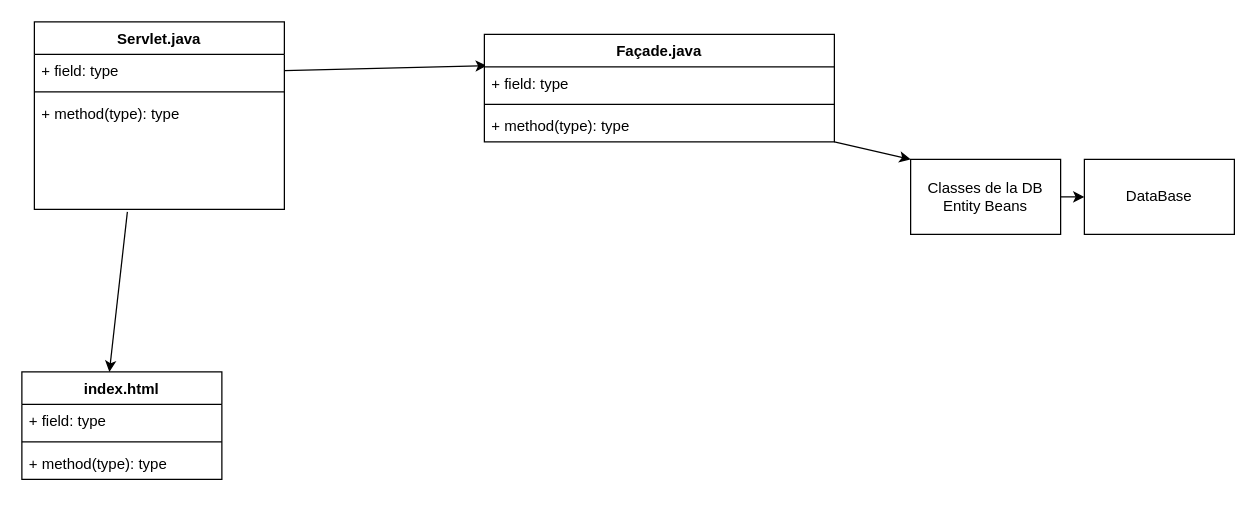
Earlier version of the draw.io diagram Untitled Diagram.drawio (hugoSN7/ProjetWeb). Source tidied: cells renumbered, new cells numbered last; positions are measured from the earlier drawing's top-left corner, leaving out a move shared by most shapes. Both pictures are drawn from the tidied source at 125%, with x=0, y=0 at pixel (21, 21).
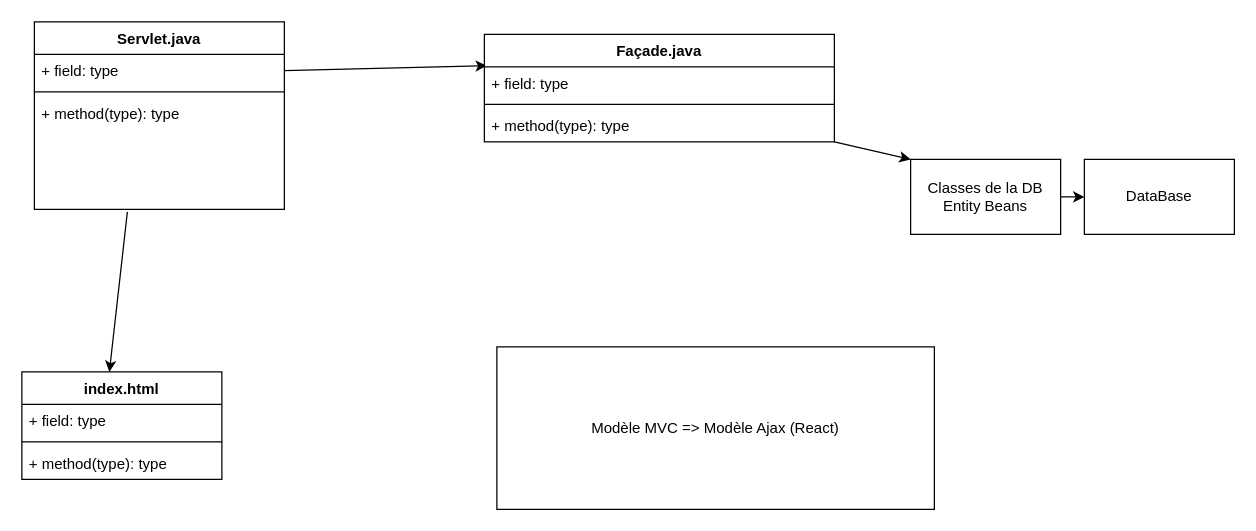
The same diagram, later.

The edit, as a diff of the source:
```diff
@@
+    <mxCell id="25" value="Modèle MVC =&amp;gt; Modèle Ajax (React)" style="rounded=0;whiteSpace=wrap;html=1;" parent="1" vertex="1">
+      <mxGeometry x="380" y="260" width="350" height="130" as="geometry" />
+    </mxCell>
```
